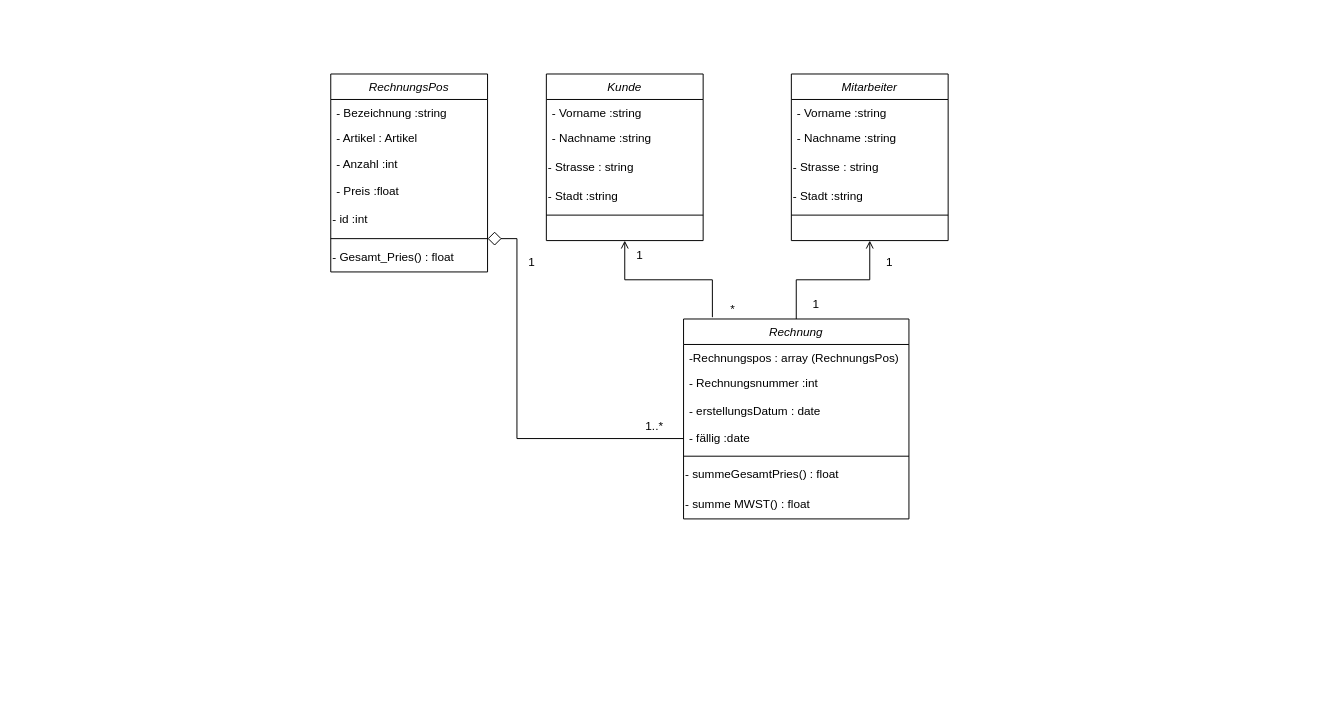
The draw.io diagram Classen diagram ihk.drawio in manuelbbq/draw.io, before the edit. Source tidied: cells renumbered, new cells numbered last; positions are measured from the earlier drawing's top-left corner, leaving out a move shared by most shapes. Both pictures are drawn from the tidied source at 98%, with x=0, y=0 at pixel (330, 74).
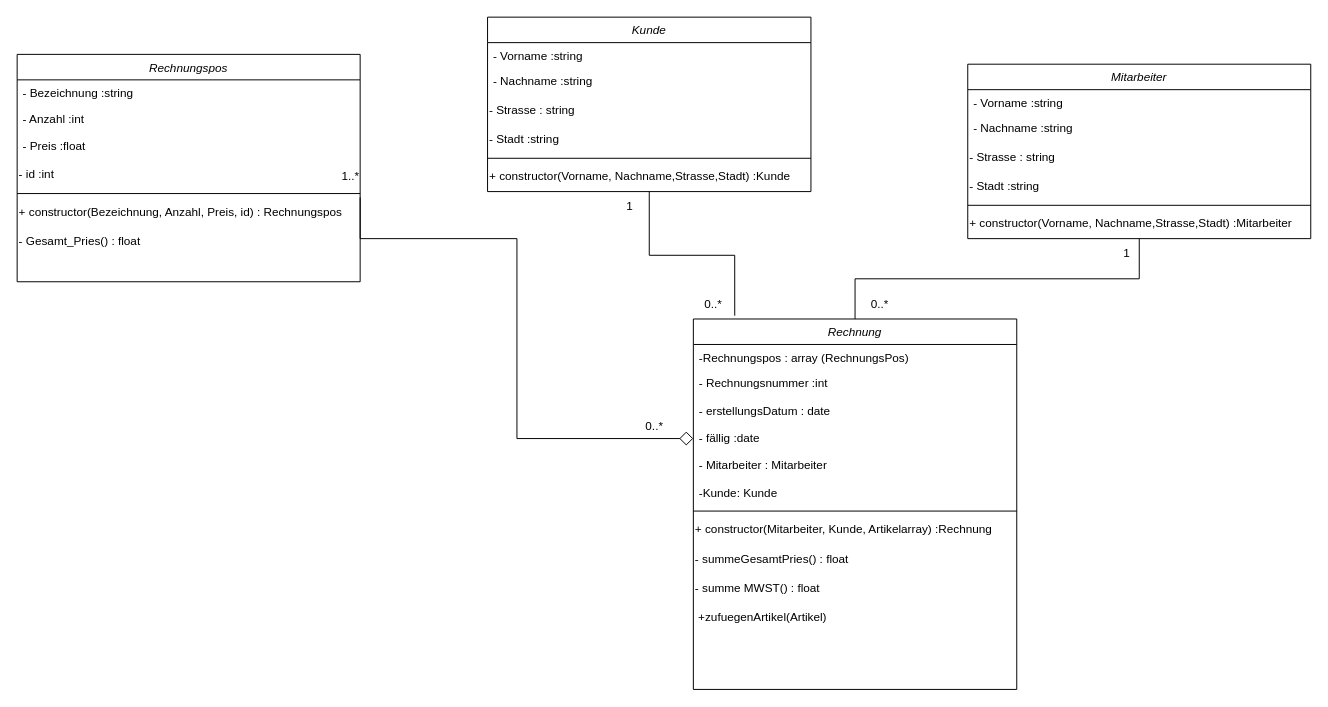
Above is the later version.

The edit, as a diff of the source:
```diff
@@
-    <mxCell id="2" style="edgeStyle=orthogonalEdgeStyle;rounded=0;jettySize=auto;html=1;entryX=0.128;entryY=-0.009;entryDx=0;entryDy=0;entryPerimeter=0;endArrow=none;endFill=0;startArrow=open;startFill=0;" parent="1" edge="1" source="3" target="24">
+    <mxCell id="2" style="edgeStyle=orthogonalEdgeStyle;rounded=0;jettySize=auto;html=1;entryX=0.128;entryY=-0.009;entryDx=0;entryDy=0;entryPerimeter=0;endArrow=none;endFill=0;startArrow=none;startFill=0;" parent="1" edge="1" source="3" target="24">
       <mxGeometry relative="1" as="geometry" />
     </mxCell>
     <mxCell id="3" value="Kunde" style="swimlane;fontStyle=2;align=center;verticalAlign=top;horizontal=1;startSize=26;rounded=0;shadow=0;strokeWidth=1;" parent="1" vertex="1">
-      <mxGeometry x="220" width="160" height="170" as="geometry" />
+      <mxGeometry x="160" y="-58" width="330" height="178" as="geometry" />
     </mxCell>
     <mxCell id="4" value="- Vorname :string" style="text;align=left;verticalAlign=top;spacingLeft=4;spacingRight=4;overflow=hidden;" parent="3" vertex="1">
-      <mxGeometry y="26" width="160" height="26" as="geometry" />
+      <mxGeometry y="26" width="330" height="26" as="geometry" />
     </mxCell>
     <mxCell id="5" value="- Nachname :string&#10;" style="text;align=left;verticalAlign=top;spacingLeft=4;spacingRight=4;overflow=hidden;rounded=0;shadow=0;html=0;" parent="3" vertex="1">
-      <mxGeometry y="52" width="160" height="28" as="geometry" />
+      <mxGeometry y="52" width="330" height="28" as="geometry" />
     </mxCell>
     <mxCell id="6" value="- Strasse : string" style="text;html=1;align=left;verticalAlign=middle;fillColor=none;strokeColor=none;rounded=0;" parent="3" vertex="1">
-      <mxGeometry y="80" width="160" height="30" as="geometry" />
+      <mxGeometry y="80" width="330" height="30" as="geometry" />
     </mxCell>
     <mxCell id="7" value="- Stadt :string" style="text;html=1;align=left;verticalAlign=middle;fillColor=none;strokeColor=none;rounded=0;" parent="3" vertex="1">
-      <mxGeometry y="110" width="160" height="30" as="geometry" />
+      <mxGeometry y="110" width="330" height="30" as="geometry" />
     </mxCell>
     <mxCell id="8" style="line;html=1;strokeWidth=1;align=left;verticalAlign=middle;spacingTop=-1;spacingLeft=3;spacingRight=3;labelPosition=right;" parent="3" vertex="1">
-      <mxGeometry y="140" width="160" height="8" as="geometry" />
+      <mxGeometry y="140" width="330" height="8" as="geometry" />
     </mxCell>
+    <mxCell id="39" value="+ constructor(Vorname, Nachname,Strasse,Stadt) :Kunde" style="text;html=1;align=left;verticalAlign=middle;fillColor=none;strokeColor=none;rounded=0;" parent="3" vertex="1">
+      <mxGeometry y="148" width="330" height="30" as="geometry" />
+    </mxCell>
     <mxCell id="9" value="Mitarbeiter" style="swimlane;fontStyle=2;align=center;verticalAlign=top;horizontal=1;startSize=26;rounded=0;shadow=0;strokeWidth=1;" parent="1" vertex="1">
-      <mxGeometry x="470" width="160" height="170" as="geometry" />
+      <mxGeometry x="650" y="-10" width="350" height="178" as="geometry" />
     </mxCell>
     <mxCell id="10" value="- Vorname :string" style="text;align=left;verticalAlign=top;spacingLeft=4;spacingRight=4;overflow=hidden;" parent="9" vertex="1">
-      <mxGeometry y="26" width="160" height="26" as="geometry" />
+      <mxGeometry y="26" width="350" height="26" as="geometry" />
     </mxCell>
     <mxCell id="11" value="- Nachname :string&#10;" style="text;align=left;verticalAlign=top;spacingLeft=4;spacingRight=4;overflow=hidden;rounded=0;shadow=0;html=0;" parent="9" vertex="1">
-      <mxGeometry y="52" width="160" height="28" as="geometry" />
+      <mxGeometry y="52" width="350" height="28" as="geometry" />
     </mxCell>
     <mxCell id="12" value="- Strasse : string" style="text;html=1;align=left;verticalAlign=middle;fillColor=none;strokeColor=none;rounded=0;" parent="9" vertex="1">
-      <mxGeometry y="80" width="160" height="30" as="geometry" />
+      <mxGeometry y="80" width="350" height="30" as="geometry" />
     </mxCell>
     <mxCell id="13" value="- Stadt :string" style="text;html=1;align=left;verticalAlign=middle;fillColor=none;strokeColor=none;rounded=0;" parent="9" vertex="1">
-      <mxGeometry y="110" width="160" height="30" as="geometry" />
+      <mxGeometry y="110" width="350" height="30" as="geometry" />
     </mxCell>
     <mxCell id="14" style="line;html=1;strokeWidth=1;align=left;verticalAlign=middle;spacingTop=-1;spacingLeft=3;spacingRight=3;labelPosition=right;" parent="9" vertex="1">
-      <mxGeometry y="140" width="160" height="8" as="geometry" />
+      <mxGeometry y="140" width="350" height="8" as="geometry" />
     </mxCell>
+    <mxCell id="40" value="+ constructor(Vorname, Nachname,Strasse,Stadt) :Mitarbeiter" style="text;html=1;align=left;verticalAlign=middle;fillColor=none;strokeColor=none;rounded=0;" parent="9" vertex="1">
+      <mxGeometry y="148" width="350" height="30" as="geometry" />
+    </mxCell>
-    <mxCell id="15" value="RechnungsPos" style="swimlane;fontStyle=2;align=center;verticalAlign=top;horizontal=1;startSize=26;rounded=0;shadow=0;strokeWidth=1;" parent="1" vertex="1">
-      <mxGeometry width="160" height="202" as="geometry" />
+    <mxCell id="15" value="Rechnungspos" style="swimlane;fontStyle=2;align=center;verticalAlign=top;horizontal=1;startSize=26;rounded=0;shadow=0;strokeWidth=1;" parent="1" vertex="1">
+      <mxGeometry x="-320" y="-20" width="350" height="232" as="geometry" />
     </mxCell>
     <mxCell id="16" value="- Bezeichnung :string" style="text;align=left;verticalAlign=top;spacingLeft=4;spacingRight=4;overflow=hidden;" parent="15" vertex="1">
-      <mxGeometry y="26" width="160" height="26" as="geometry" />
+      <mxGeometry y="26" width="350" height="26" as="geometry" />
     </mxCell>
-    <mxCell id="17" value="- Artikel : Artikel" style="text;align=left;verticalAlign=top;spacingLeft=4;spacingRight=4;overflow=hidden;" parent="15" vertex="1">
-      <mxGeometry y="52" width="160" height="26" as="geometry" />
-    </mxCell>
     <mxCell id="18" value="- Anzahl :int" style="text;align=left;verticalAlign=top;spacingLeft=4;spacingRight=4;overflow=hidden;rounded=0;shadow=0;html=0;" parent="15" vertex="1">
-      <mxGeometry y="78" width="160" height="28" as="geometry" />
+      <mxGeometry y="52" width="350" height="28" as="geometry" />
     </mxCell>
     <mxCell id="19" value="- Preis :float&#10;" style="text;align=left;verticalAlign=top;spacingLeft=4;spacingRight=4;overflow=hidden;rounded=0;shadow=0;html=0;" parent="15" vertex="1">
-      <mxGeometry y="106" width="160" height="28" as="geometry" />
+      <mxGeometry y="80" width="350" height="28" as="geometry" />
     </mxCell>
     <mxCell id="20" value="- id :int" style="text;html=1;align=left;verticalAlign=middle;fillColor=none;strokeColor=none;rounded=0;" parent="15" vertex="1">
-      <mxGeometry y="134" width="160" height="30" as="geometry" />
+      <mxGeometry y="108" width="350" height="30" as="geometry" />
     </mxCell>
     <mxCell id="21" style="line;html=1;strokeWidth=1;align=left;verticalAlign=middle;spacingTop=-1;spacingLeft=3;spacingRight=3;labelPosition=right;points=[];portConstraint=eastwest;" parent="15" vertex="1">
-      <mxGeometry y="164" width="160" height="8" as="geometry" />
+      <mxGeometry y="138" width="350" height="8" as="geometry" />
     </mxCell>
+    <mxCell id="41" value="+ constructor(Bezeichnung, Anzahl, Preis, id) : Rechnungspos" style="text;html=1;align=left;verticalAlign=middle;fillColor=none;strokeColor=none;rounded=0;" parent="15" vertex="1">
+      <mxGeometry y="146" width="350" height="30" as="geometry" />
+    </mxCell>
     <mxCell id="22" value="- Gesamt_Pries() : float" style="text;html=1;align=left;verticalAlign=middle;fillColor=none;strokeColor=none;rounded=0;" parent="15" vertex="1">
-      <mxGeometry y="172" width="160" height="30" as="geometry" />
+      <mxGeometry y="176" width="350" height="30" as="geometry" />
     </mxCell>
-    <mxCell id="23" style="edgeStyle=orthogonalEdgeStyle;rounded=0;jettySize=auto;html=1;startArrow=none;startFill=0;endArrow=open;endFill=0;entryX=0.5;entryY=1;entryDx=0;entryDy=0;" parent="1" edge="1" source="24" target="9">
+    <mxCell id="23" style="edgeStyle=orthogonalEdgeStyle;rounded=0;jettySize=auto;html=1;startArrow=none;startFill=0;endArrow=none;endFill=0;entryX=0.5;entryY=1;entryDx=0;entryDy=0;" parent="1" edge="1" source="24" target="9">
       <mxGeometry relative="1" as="geometry" />
     </mxCell>
     <mxCell id="24" value="Rechnung" style="swimlane;fontStyle=2;align=center;verticalAlign=top;horizontal=1;startSize=26;rounded=0;shadow=0;strokeWidth=1;" parent="1" vertex="1">
-      <mxGeometry x="360" y="250" width="230" height="204" as="geometry" />
+      <mxGeometry x="370" y="250" width="330" height="378" as="geometry" />
     </mxCell>
     <mxCell id="25" value="-Rechnungspos : array (RechnungsPos)" style="text;align=left;verticalAlign=top;spacingLeft=4;spacingRight=4;overflow=hidden;" parent="24" vertex="1">
-      <mxGeometry y="26" width="230" height="26" as="geometry" />
+      <mxGeometry y="26" width="330" height="26" as="geometry" />
     </mxCell>
     <mxCell id="26" value="- Rechnungsnummer :int" style="text;align=left;verticalAlign=top;spacingLeft=4;spacingRight=4;overflow=hidden;rounded=0;shadow=0;html=0;" parent="24" vertex="1">
-      <mxGeometry y="52" width="230" height="28" as="geometry" />
+      <mxGeometry y="52" width="330" height="28" as="geometry" />
     </mxCell>
     <mxCell id="27" value="- erstellungsDatum : date" style="text;align=left;verticalAlign=top;spacingLeft=4;spacingRight=4;overflow=hidden;rounded=0;shadow=0;html=0;" parent="24" vertex="1">
-      <mxGeometry y="80" width="230" height="28" as="geometry" />
+      <mxGeometry y="80" width="330" height="28" as="geometry" />
     </mxCell>
     <mxCell id="28" value="- fällig :date" style="text;align=left;verticalAlign=top;spacingLeft=4;spacingRight=4;overflow=hidden;points=[[0,0.5],[1,0.5]];portConstraint=eastwest;rounded=0;shadow=0;html=0;" parent="24" vertex="1">
-      <mxGeometry y="108" width="230" height="28" as="geometry" />
+      <mxGeometry y="108" width="330" height="28" as="geometry" />
     </mxCell>
+    <mxCell id="42" value="- Mitarbeiter : Mitarbeiter" style="text;align=left;verticalAlign=top;spacingLeft=4;spacingRight=4;overflow=hidden;rounded=0;shadow=0;html=0;" parent="24" vertex="1">
+      <mxGeometry y="136" width="330" height="28" as="geometry" />
+    </mxCell>
+    <mxCell id="43" value="-Kunde: Kunde" style="text;align=left;verticalAlign=top;spacingLeft=4;spacingRight=4;overflow=hidden;rounded=0;shadow=0;html=0;" parent="24" vertex="1">
+      <mxGeometry y="164" width="330" height="28" as="geometry" />
+    </mxCell>
     <mxCell id="29" style="line;html=1;strokeWidth=1;align=left;verticalAlign=middle;spacingTop=-1;spacingLeft=3;spacingRight=3;labelPosition=right;" parent="24" vertex="1">
-      <mxGeometry y="136" width="230" height="8" as="geometry" />
+      <mxGeometry y="192" width="330" height="8" as="geometry" />
     </mxCell>
+    <mxCell id="44" value="+ constructor(Mitarbeiter, Kunde, Artikelarray) :Rechnung" style="text;html=1;align=left;verticalAlign=middle;fillColor=none;strokeColor=none;rounded=0;" parent="24" vertex="1">
+      <mxGeometry y="200" width="330" height="30" as="geometry" />
+    </mxCell>
     <mxCell id="30" value="- summeGesamtPries() : float" style="text;html=1;align=left;verticalAlign=middle;fillColor=none;strokeColor=none;rounded=0;" parent="24" vertex="1">
-      <mxGeometry y="144" width="230" height="30" as="geometry" />
+      <mxGeometry y="230" width="330" height="30" as="geometry" />
     </mxCell>
     <mxCell id="31" value="- summe MWST() : float" style="text;html=1;align=left;verticalAlign=middle;fillColor=none;strokeColor=none;rounded=0;" parent="24" vertex="1">
-      <mxGeometry y="174" width="230" height="30" as="geometry" />
+      <mxGeometry y="260" width="330" height="30" as="geometry" />
     </mxCell>
+    <mxCell id="45" value="&amp;nbsp;+zufuegenArtikel(Artikel)" style="text;html=1;align=left;verticalAlign=middle;fillColor=none;strokeColor=none;rounded=0;" parent="24" vertex="1">
+      <mxGeometry y="290" width="330" height="30" as="geometry" />
+    </mxCell>
+    <mxCell id="46" style="text;html=1;align=left;verticalAlign=middle;fillColor=none;strokeColor=none;rounded=0;" parent="24" vertex="1">
+      <mxGeometry y="320" width="330" height="30" as="geometry" />
+    </mxCell>
-    <mxCell id="32" style="edgeStyle=orthogonalEdgeStyle;rounded=0;jettySize=auto;html=1;startArrow=diamond;startFill=0;endArrow=none;endFill=0;startSize=12;" parent="1" edge="1" source="21" target="28">
+    <mxCell id="32" style="edgeStyle=orthogonalEdgeStyle;rounded=0;jettySize=auto;html=1;startArrow=none;startFill=0;endArrow=diamond;endFill=0;startSize=12;endSize=12;" parent="1" edge="1" source="21" target="28">
       <mxGeometry relative="1" as="geometry">
         <Array as="points">
+          <mxPoint x="30" y="122" />
+          <mxPoint x="30" y="168" />
           <mxPoint x="190" y="168" />
           <mxPoint x="190" y="372" />
         </Array>
       </mxGeometry>
     </mxCell>
-    <mxCell id="33" value="1..*" style="text;html=1;align=center;verticalAlign=middle;fillColor=none;strokeColor=none;rounded=0;" parent="1" vertex="1">
+    <mxCell id="33" value="0..*" style="text;html=1;align=center;verticalAlign=middle;fillColor=none;strokeColor=none;rounded=0;" parent="1" vertex="1">
       <mxGeometry x="310" y="345" width="40" height="30" as="geometry" />
     </mxCell>
     <mxCell id="34" value="1" style="text;html=1;align=center;verticalAlign=middle;fillColor=none;strokeColor=none;rounded=0;" parent="1" vertex="1">
-      <mxGeometry x="300" y="170" width="30" height="30" as="geometry" />
+      <mxGeometry x="290" y="120" width="30" height="30" as="geometry" />
     </mxCell>
-    <mxCell id="35" value="*" style="text;html=1;align=center;verticalAlign=middle;fillColor=none;strokeColor=none;rounded=0;" parent="1" vertex="1">
-      <mxGeometry x="395" y="225" width="30" height="30" as="geometry" />
+    <mxCell id="35" value="0..*" style="text;html=1;align=center;verticalAlign=middle;fillColor=none;strokeColor=none;rounded=0;" parent="1" vertex="1">
+      <mxGeometry x="370" y="220" width="40" height="30" as="geometry" />
     </mxCell>
     <mxCell id="36" value="1" style="text;html=1;align=center;verticalAlign=middle;fillColor=none;strokeColor=none;rounded=0;" parent="1" vertex="1">
-      <mxGeometry x="555" y="177" width="30" height="30" as="geometry" />
+      <mxGeometry x="797" y="168" width="30" height="30" as="geometry" />
     </mxCell>
-    <mxCell id="37" value="1" style="text;html=1;align=center;verticalAlign=middle;fillColor=none;strokeColor=none;rounded=0;" parent="1" vertex="1">
-      <mxGeometry x="480" y="220" width="30" height="30" as="geometry" />
+    <mxCell id="37" value="0..*" style="text;html=1;align=center;verticalAlign=middle;fillColor=none;strokeColor=none;rounded=0;" parent="1" vertex="1">
+      <mxGeometry x="540" y="220" width="40" height="30" as="geometry" />
     </mxCell>
-    <mxCell id="38" value="1" style="text;html=1;align=center;verticalAlign=middle;fillColor=none;strokeColor=none;rounded=0;" parent="1" vertex="1">
-      <mxGeometry x="190" y="177" width="30" height="30" as="geometry" />
+    <mxCell id="38" value="1..*" style="text;html=1;align=center;verticalAlign=middle;fillColor=none;strokeColor=none;rounded=0;" parent="1" vertex="1">
+      <mxGeometry y="90" width="40" height="30" as="geometry" />
     </mxCell>
```
